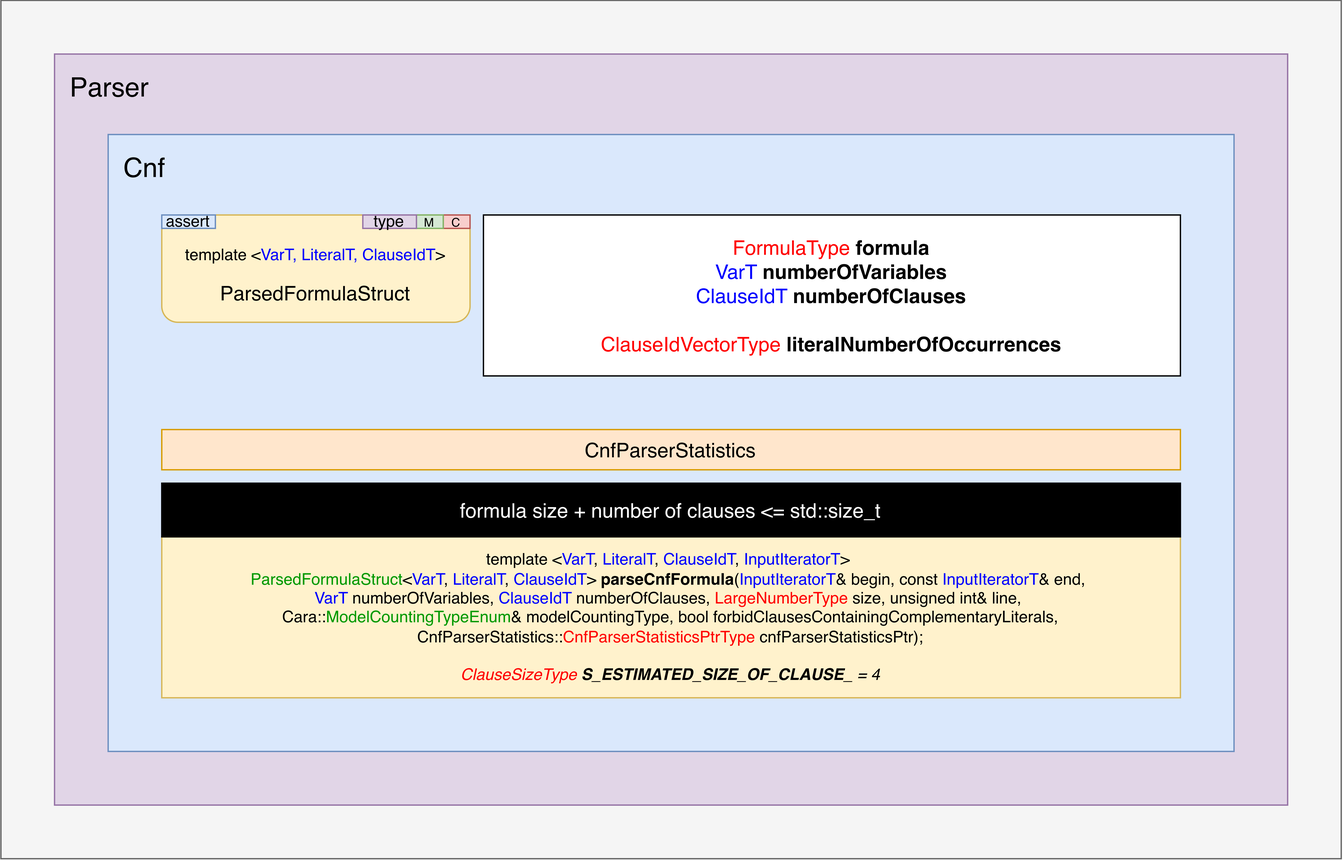
This is docs/parser.png from Illner/Hydra, a draw.io export, as it was before one commit. Source tidied: cells renumbered, new cells last; positions are measured from the earlier drawing's top-left corner, leaving out a move shared by most shapes.
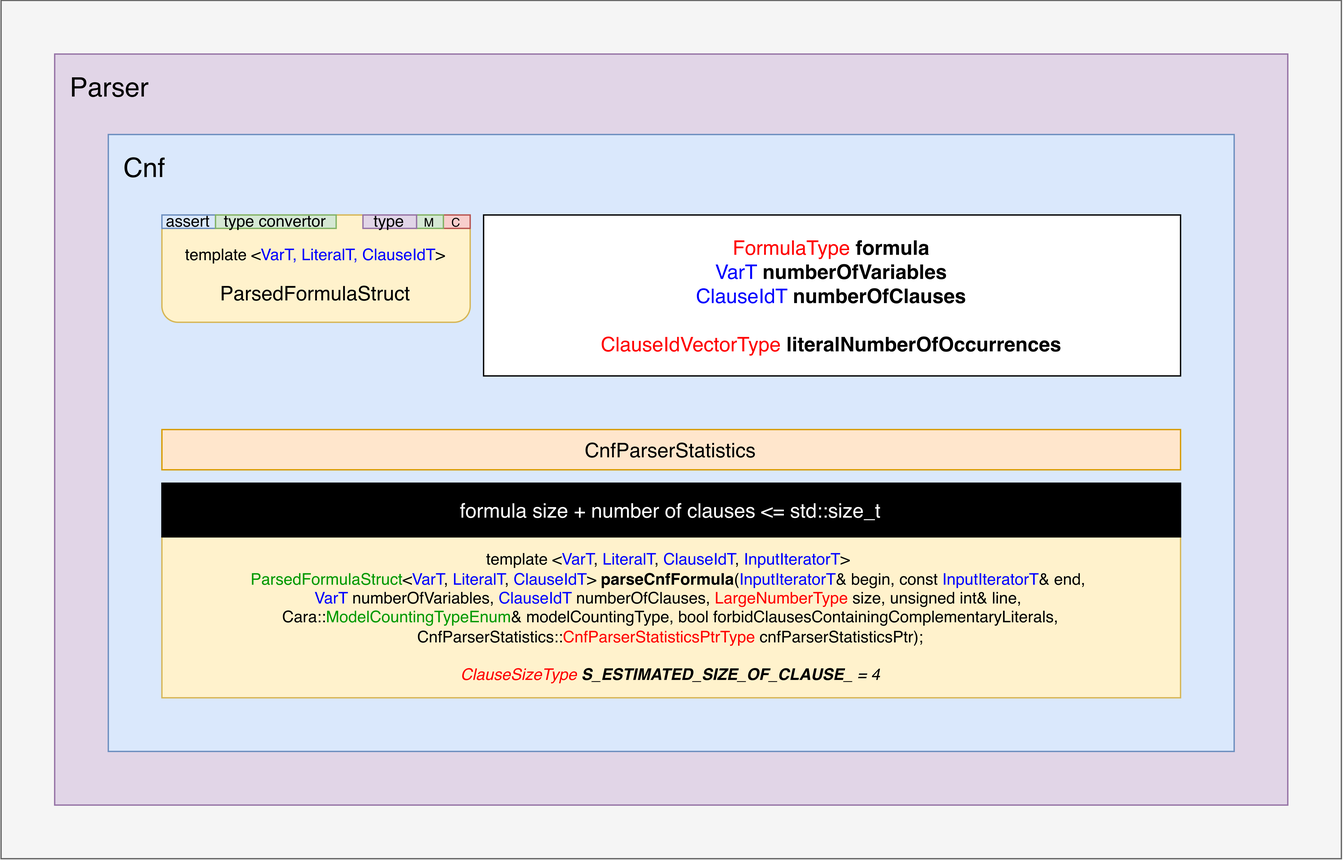
Later version of the same file.

Commit message:
ParsedFormulaStruct - add convertTypes (doc)

The edit, as a diff of the source:
```diff
@@ -44,5 +44,8 @@
     <mxCell id="15" value="&lt;font style=&quot;font-size: 15px;&quot;&gt;CnfParserStatistics&lt;/font&gt;" style="rounded=0;whiteSpace=wrap;html=1;fontSize=15;fillColor=#ffe6cc;strokeColor=#d79b00;" parent="1" vertex="1">
       <mxGeometry x="120" y="320" width="760" height="30" as="geometry" />
     </mxCell>
+    <mxCell id="16" value="&lt;div style=&quot;text-align: justify&quot;&gt;type convertor&lt;br&gt;&lt;/div&gt;" style="rounded=0;whiteSpace=wrap;html=1;fillColor=#d5e8d4;strokeColor=#82b366;" parent="1" vertex="1">
+      <mxGeometry x="160" y="160" width="90" height="10" as="geometry" />
+    </mxCell>
   </root>
 </mxGraphModel>
```
